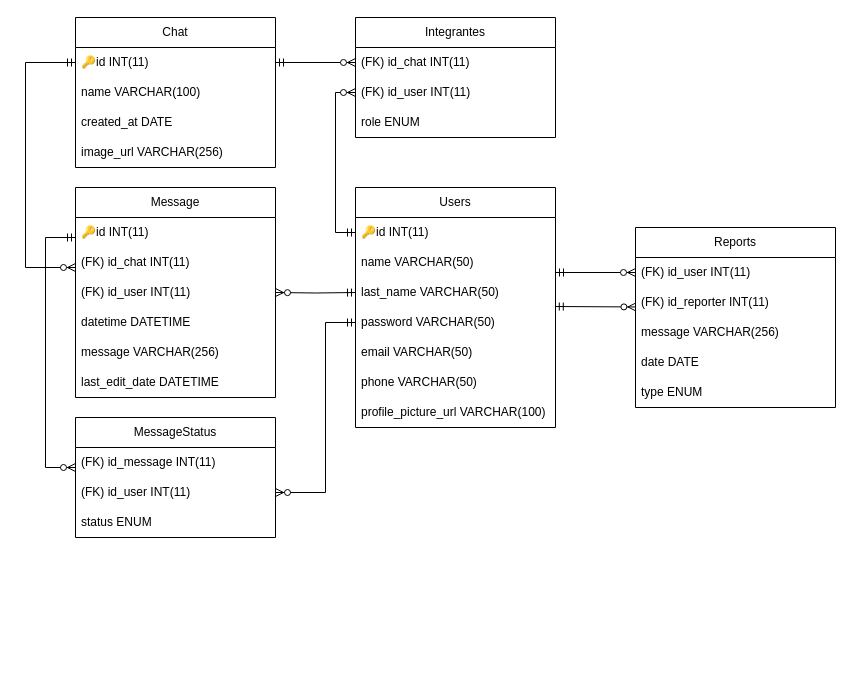
Earlier version of the draw.io diagram EsquemaRelacional.drawio (benjahuenchunir/React_Madrid_frontend). Source tidied: cells renumbered, new cells numbered last; positions are measured from the earlier drawing's top-left corner, leaving out a move shared by most shapes. Both pictures are drawn from the tidied source at 100%, with x=0, y=0 at pixel (25, 17).
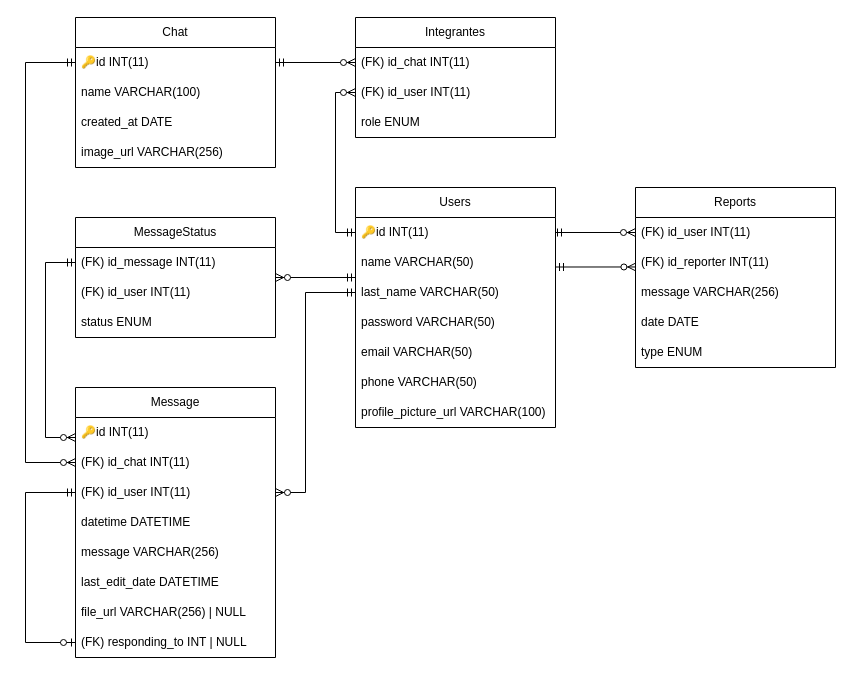
The same diagram, later.

The change refers to these unchanged cells:
```xml
<mxCell id="4" value="name VARCHAR(50)" style="text;strokeColor=none;fillColor=none;align=left;verticalAlign=middle;spacingLeft=4;spacingRight=4;overflow=hidden;points=[[0,0.5],[1,0.5]];portConstraint=eastwest;whiteSpace=wrap;html=1;" parent="2" vertex="1">
  <mxGeometry y="60" width="200" height="30" as="geometry" />
</mxCell>
<mxCell id="11" value="🔑id INT(11)" style="text;strokeColor=none;fillColor=none;align=left;verticalAlign=middle;spacingLeft=4;spacingRight=4;overflow=hidden;points=[[0,0.5],[1,0.5]];portConstraint=eastwest;whiteSpace=wrap;html=1;" parent="10" vertex="1">
  <mxGeometry y="30" width="200" height="30" as="geometry" />
</mxCell>
<mxCell id="20" value="(FK)&amp;nbsp;id_user INT(11)" style="text;strokeColor=none;fillColor=none;align=left;verticalAlign=middle;spacingLeft=4;spacingRight=4;overflow=hidden;points=[[0,0.5],[1,0.5]];portConstraint=eastwest;whiteSpace=wrap;html=1;" parent="19" vertex="1">
  <mxGeometry y="30" width="200" height="30" as="geometry" />
</mxCell>
<mxCell id="21" value="(FK)&amp;nbsp;id_reporter INT(11)" style="text;strokeColor=none;fillColor=none;align=left;verticalAlign=middle;spacingLeft=4;spacingRight=4;overflow=hidden;points=[[0,0.5],[1,0.5]];portConstraint=eastwest;whiteSpace=wrap;html=1;" parent="19" vertex="1">
  <mxGeometry y="60" width="200" height="30" as="geometry" />
</mxCell>
<mxCell id="26" value="🔑id INT(11)" style="text;strokeColor=none;fillColor=none;align=left;verticalAlign=middle;spacingLeft=4;spacingRight=4;overflow=hidden;points=[[0,0.5],[1,0.5]];portConstraint=eastwest;whiteSpace=wrap;html=1;" parent="25" vertex="1">
  <mxGeometry y="30" width="200" height="30" as="geometry" />
</mxCell>
<mxCell id="27" value="(FK) id_chat INT(11)" style="text;strokeColor=none;fillColor=none;align=left;verticalAlign=middle;spacingLeft=4;spacingRight=4;overflow=hidden;points=[[0,0.5],[1,0.5]];portConstraint=eastwest;whiteSpace=wrap;html=1;" parent="25" vertex="1">
  <mxGeometry y="60" width="200" height="30" as="geometry" />
</mxCell>
<mxCell id="28" value="(FK) id_user INT(11)" style="text;strokeColor=none;fillColor=none;align=left;verticalAlign=middle;spacingLeft=4;spacingRight=4;overflow=hidden;points=[[0,0.5],[1,0.5]];portConstraint=eastwest;whiteSpace=wrap;html=1;" parent="25" vertex="1">
  <mxGeometry y="90" width="200" height="30" as="geometry" />
</mxCell>
<mxCell id="33" value="(FK) id_message INT(11)" style="text;strokeColor=none;fillColor=none;align=left;verticalAlign=middle;spacingLeft=4;spacingRight=4;overflow=hidden;points=[[0,0.5],[1,0.5]];portConstraint=eastwest;whiteSpace=wrap;html=1;" parent="32" vertex="1">
  <mxGeometry y="30" width="200" height="30" as="geometry" />
</mxCell>
<mxCell id="34" value="(FK) id_user INT(11)" style="text;strokeColor=none;fillColor=none;align=left;verticalAlign=middle;spacingLeft=4;spacingRight=4;overflow=hidden;points=[[0,0.5],[1,0.5]];portConstraint=eastwest;whiteSpace=wrap;html=1;" parent="32" vertex="1">
  <mxGeometry y="60" width="200" height="30" as="geometry" />
</mxCell>
```

What changed in the source:
```diff
@@
     <mxCell id="19" value="Reports" style="swimlane;fontStyle=0;horizontal=1;startSize=30;whiteSpace=wrap;html=1;" parent="1" vertex="1">
-      <mxGeometry x="610" y="210" width="200" height="180" as="geometry" />
+      <mxGeometry x="610" y="170" width="200" height="180" as="geometry" />
     </mxCell>
@@
     <mxCell id="25" value="Message" style="swimlane;fontStyle=0;horizontal=1;startSize=30;whiteSpace=wrap;html=1;" parent="1" vertex="1">
-      <mxGeometry x="50" y="170" width="200" height="210" as="geometry" />
+      <mxGeometry x="50" y="370" width="200" height="270" as="geometry" />
     </mxCell>
@@
+    <mxCell id="44" value="file_url VARCHAR(256) | NULL" style="text;strokeColor=none;fillColor=none;align=left;verticalAlign=middle;spacingLeft=4;spacingRight=4;overflow=hidden;whiteSpace=wrap;html=1;" parent="25" vertex="1">
+      <mxGeometry y="210" width="200" height="30" as="geometry" />
+    </mxCell>
+    <mxCell id="45" value="(FK) responding_to INT | NULL" style="text;strokeColor=none;fillColor=none;align=left;verticalAlign=middle;spacingLeft=4;spacingRight=4;overflow=hidden;points=[[0,0.5],[1,0.5]];portConstraint=eastwest;whiteSpace=wrap;html=1;" parent="25" vertex="1">
+      <mxGeometry y="240" width="200" height="30" as="geometry" />
+    </mxCell>
+    <mxCell id="46" style="edgeStyle=orthogonalEdgeStyle;fontSize=12;html=1;endArrow=ERzeroToOne;startArrow=ERmandOne;exitX=0;exitY=0.5;exitDx=0;exitDy=0;entryX=0;entryY=0.5;entryDx=0;entryDy=0;rounded=0;" parent="25" edge="1" source="28" target="45">
+      <mxGeometry relative="1" as="geometry">
+        <Array as="points">
+          <mxPoint x="-50" y="105" />
+          <mxPoint x="-50" y="255" />
+        </Array>
+      </mxGeometry>
+    </mxCell>
     <mxCell id="32" value="MessageStatus" style="swimlane;fontStyle=0;horizontal=1;startSize=30;whiteSpace=wrap;html=1;" parent="1" vertex="1">
-      <mxGeometry x="50" y="400" width="200" height="120" as="geometry" />
+      <mxGeometry x="50" y="200" width="200" height="120" as="geometry" />
     </mxCell>
@@
-    <mxCell id="38" style="fontSize=12;html=1;endArrow=ERzeroToMany;startArrow=ERmandOne;rounded=0;strokeColor=default;edgeStyle=orthogonalEdgeStyle;elbow=vertical;exitX=0;exitY=0.5;exitDx=0;exitDy=0;" parent="1" edge="1" target="28">
+    <mxCell id="38" style="fontSize=12;html=1;endArrow=ERzeroToMany;startArrow=ERmandOne;rounded=0;strokeColor=default;edgeStyle=orthogonalEdgeStyle;elbow=vertical;exitX=0;exitY=0.5;exitDx=0;exitDy=0;entryX=1;entryY=0.5;entryDx=0;entryDy=0;" parent="1" edge="1" target="28">
       <mxGeometry relative="1" as="geometry">
         <mxPoint x="330" y="275" as="sourcePoint" />
+        <Array as="points">
+          <mxPoint x="280" y="275" />
+          <mxPoint x="280" y="475" />
+        </Array>
       </mxGeometry>
     </mxCell>
-    <mxCell id="39" style="fontSize=12;html=1;endArrow=ERzeroToMany;startArrow=ERmandOne;rounded=0;strokeColor=default;edgeStyle=orthogonalEdgeStyle;elbow=vertical;" parent="1" edge="1" source="26">
+    <mxCell id="39" style="fontSize=12;html=1;endArrow=ERzeroToMany;startArrow=ERmandOne;rounded=0;strokeColor=default;edgeStyle=orthogonalEdgeStyle;elbow=vertical;exitX=0;exitY=0.5;exitDx=0;exitDy=0;" parent="1" edge="1" source="33">
       <mxGeometry relative="1" as="geometry">
-        <mxPoint x="50" y="450" as="targetPoint" />
+        <mxPoint x="50" y="420" as="targetPoint" />
         <Array as="points">
-          <mxPoint x="20" y="220" />
-          <mxPoint x="20" y="450" />
-          <mxPoint x="50" y="450" />
+          <mxPoint x="20" y="245" />
+          <mxPoint x="20" y="420" />
         </Array>
       </mxGeometry>
     </mxCell>
     <mxCell id="40" style="fontSize=12;html=1;endArrow=ERzeroToMany;startArrow=ERmandOne;rounded=0;strokeColor=default;edgeStyle=orthogonalEdgeStyle;elbow=vertical;exitX=0;exitY=0.5;exitDx=0;exitDy=0;" parent="1" edge="1" source="11" target="27">
       <mxGeometry relative="1" as="geometry">
         <Array as="points">
           <mxPoint y="45" />
-          <mxPoint y="250" />
+          <mxPoint y="445" />
         </Array>
       </mxGeometry>
     </mxCell>
-    <mxCell id="41" style="fontSize=12;html=1;endArrow=ERzeroToMany;startArrow=ERmandOne;rounded=0;strokeColor=default;edgeStyle=orthogonalEdgeStyle;elbow=vertical;entryX=1;entryY=0.5;entryDx=0;entryDy=0;" parent="1" edge="1" target="34">
+    <mxCell id="41" style="fontSize=12;html=1;endArrow=ERzeroToMany;startArrow=ERmandOne;rounded=0;strokeColor=default;edgeStyle=orthogonalEdgeStyle;elbow=vertical;entryX=1;entryY=0;entryDx=0;entryDy=0;entryPerimeter=0;" parent="1" edge="1" target="34">
       <mxGeometry relative="1" as="geometry">
-        <mxPoint x="330" y="305" as="sourcePoint" />
+        <mxPoint x="330" y="260" as="sourcePoint" />
         <Array as="points">
-          <mxPoint x="300" y="305" />
-          <mxPoint x="300" y="475" />
+          <mxPoint x="260" y="260" />
+          <mxPoint x="260" y="260" />
         </Array>
       </mxGeometry>
     </mxCell>
     <mxCell id="42" style="fontSize=12;html=1;endArrow=ERzeroToMany;startArrow=ERmandOne;rounded=0;strokeColor=default;edgeStyle=orthogonalEdgeStyle;elbow=vertical;entryX=0;entryY=0.5;entryDx=0;entryDy=0;" parent="1" edge="1" target="20">
       <mxGeometry relative="1" as="geometry">
-        <mxPoint x="530" y="255" as="sourcePoint" />
+        <mxPoint x="540" y="215" as="sourcePoint" />
         <Array as="points">
-          <mxPoint x="530" y="255" />
+          <mxPoint x="530" y="215" />
         </Array>
       </mxGeometry>
     </mxCell>
-    <mxCell id="43" style="fontSize=12;html=1;endArrow=ERzeroToMany;startArrow=ERmandOne;rounded=0;strokeColor=default;edgeStyle=orthogonalEdgeStyle;elbow=vertical;entryX=0.002;entryY=0.649;entryDx=0;entryDy=0;exitX=0.999;exitY=0.967;exitDx=0;exitDy=0;exitPerimeter=0;entryPerimeter=0;" parent="1" edge="1" target="21">
+    <mxCell id="43" style="fontSize=12;html=1;endArrow=ERzeroToMany;startArrow=ERmandOne;rounded=0;strokeColor=default;edgeStyle=orthogonalEdgeStyle;elbow=vertical;entryX=0.002;entryY=0.649;entryDx=0;entryDy=0;exitX=1;exitY=0.667;exitDx=0;exitDy=0;exitPerimeter=0;entryPerimeter=0;" parent="1" edge="1" source="4" target="21">
       <mxGeometry relative="1" as="geometry">
-        <mxPoint x="529.8" y="289" as="sourcePoint" />
         <Array as="points">
-          <mxPoint x="530" y="290" />
+          <mxPoint x="610" y="250" />
         </Array>
       </mxGeometry>
     </mxCell>
```
